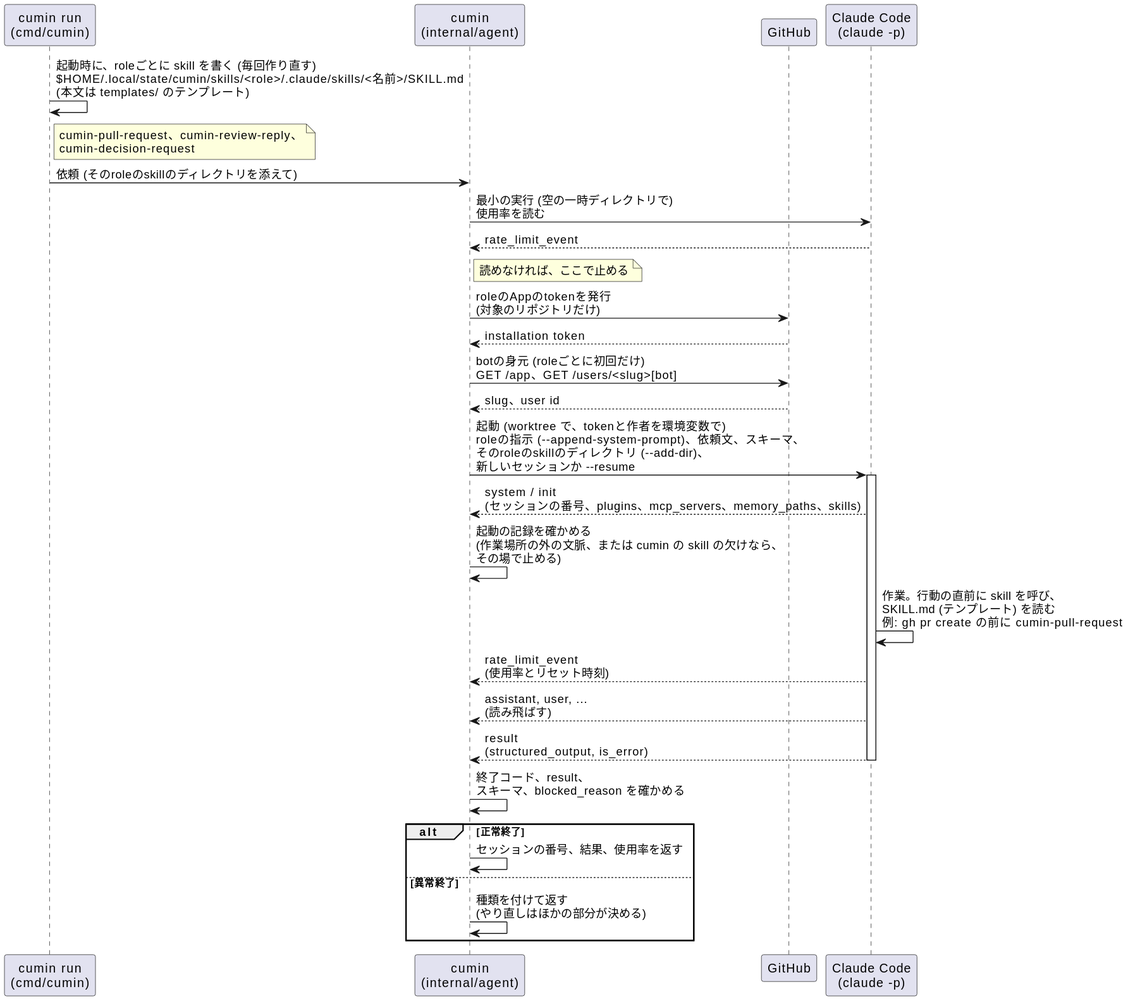
This is docs/ja/designs/agent-run.svg from cloveclovedev/cumin-works, a PlantUML export, as it was before one commit.
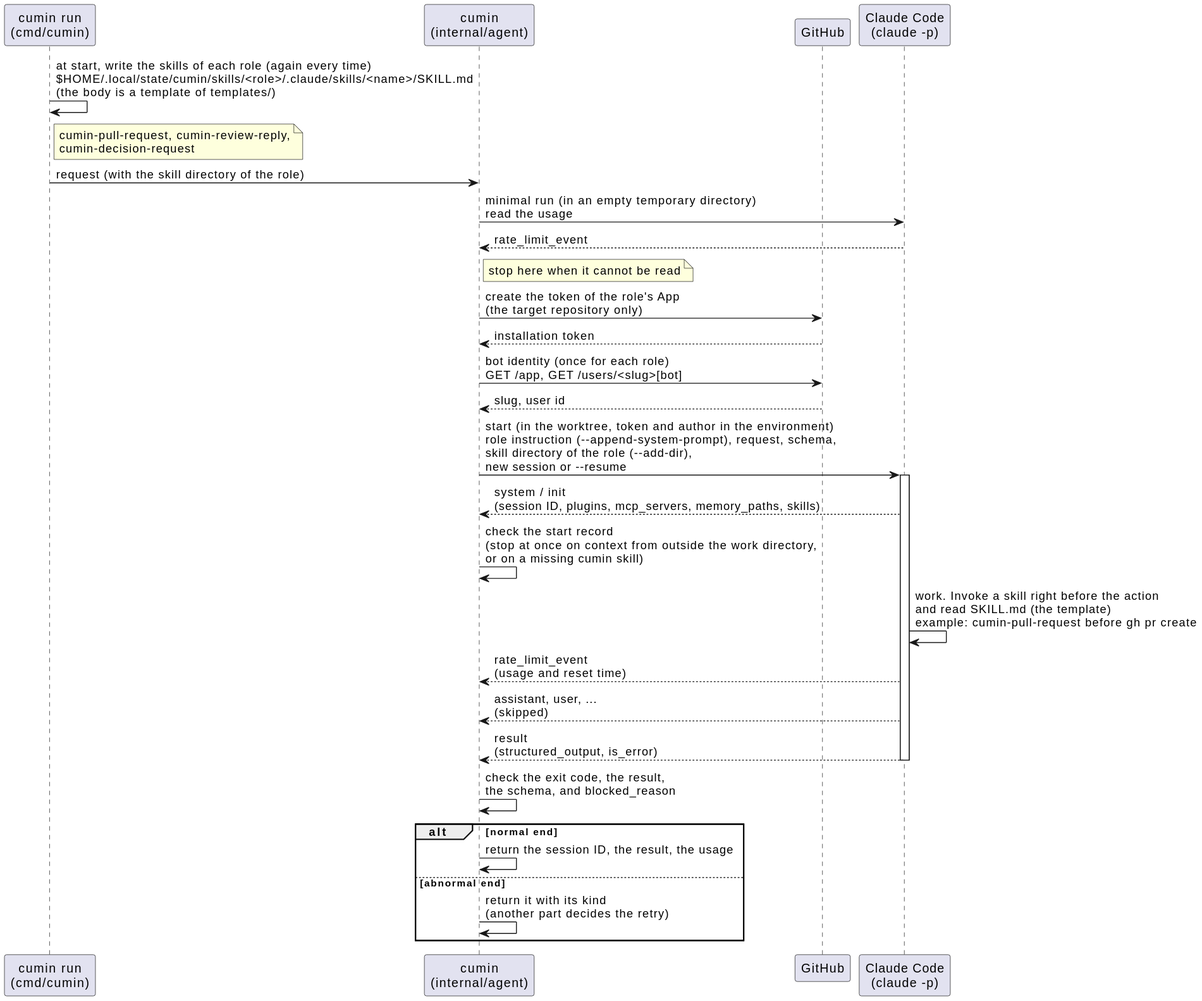
The same file after the commit.

The edit, as a diff of the source:
```diff
@@ -7,32 +7,32 @@
 participant "GitHub" as github
 participant "Claude Code\n(claude -p)" as claude
 
-run -> run : 起動時に、roleごとに skill を書く (毎回作り直す)\n$HOME/.local/state/cumin/skills/<role>/.claude/skills/<名前>/SKILL.md\n(本文は templates/ のテンプレート)
-note right of run : cumin-pull-request、cumin-review-reply、\ncumin-decision-request
-run -> cumin : 依頼 (そのroleのskillのディレクトリを添えて)
+run -> run : at start, write the skills of each role (again every time)\n$HOME/.local/state/cumin/skills/<role>/.claude/skills/<name>/SKILL.md\n(the body is a template of templates/)
+note right of run : cumin-pull-request, cumin-review-reply,\ncumin-decision-request
+run -> cumin : request (with the skill directory of the role)
 
-cumin -> claude : 最小の実行 (空の一時ディレクトリで)\n使用率を読む
+cumin -> claude : minimal run (in an empty temporary directory)\nread the usage
 claude --> cumin : rate_limit_event
-note right of cumin : 読めなければ、ここで止める
+note right of cumin : stop here when it cannot be read
 
-cumin -> github : roleのAppのtokenを発行\n(対象のリポジトリだけ)
+cumin -> github : create the token of the role's App\n(the target repository only)
 github --> cumin : installation token
-cumin -> github : botの身元 (roleごとに初回だけ)\nGET /app、GET /users/<slug>[bot]
-github --> cumin : slug、user id
+cumin -> github : bot identity (once for each role)\nGET /app, GET /users/<slug>[bot]
+github --> cumin : slug, user id
 
-cumin -> claude : 起動 (worktree で、tokenと作者を環境変数で)\nroleの指示 (--append-system-prompt)、依頼文、スキーマ、\nそのroleのskillのディレクトリ (--add-dir)、\n新しいセッションか --resume
+cumin -> claude : start (in the worktree, token and author in the environment)\nrole instruction (--append-system-prompt), request, schema,\nskill directory of the role (--add-dir),\nnew session or --resume
 activate claude
-claude --> cumin : system / init\n(セッションの番号、plugins、mcp_servers、memory_paths、skills)
-cumin -> cumin : 起動の記録を確かめる\n(作業場所の外の文脈、または cumin の skill の欠けなら、\nその場で止める)
-claude -> claude : 作業。行動の直前に skill を呼び、\nSKILL.md (テンプレート) を読む\n例: gh pr create の前に cumin-pull-request
-claude --> cumin : rate_limit_event\n(使用率とリセット時刻)
-claude --> cumin : assistant, user, ...\n(読み飛ばす)
+claude --> cumin : system / init\n(session ID, plugins, mcp_servers, memory_paths, skills)
+cumin -> cumin : check the start record\n(stop at once on context from outside the work directory,\nor on a missing cumin skill)
+claude -> claude : work. Invoke a skill right before the action\nand read SKILL.md (the template)\nexample: cumin-pull-request before gh pr create
+claude --> cumin : rate_limit_event\n(usage and reset time)
+claude --> cumin : assistant, user, ...\n(skipped)
 claude --> cumin : result\n(structured_output, is_error)
 deactivate claude
-cumin -> cumin : 終了コード、result、\nスキーマ、blocked_reason を確かめる
-alt 正常終了
-  cumin -> cumin : セッションの番号、結果、使用率を返す
-else 異常終了
-  cumin -> cumin : 種類を付けて返す\n(やり直しはほかの部分が決める)
+cumin -> cumin : check the exit code, the result,\nthe schema, and blocked_reason
+alt normal end
+  cumin -> cumin : return the session ID, the result, the usage
+else abnormal end
+  cumin -> cumin : return it with its kind\n(another part decides the retry)
 end
 @enduml
```
